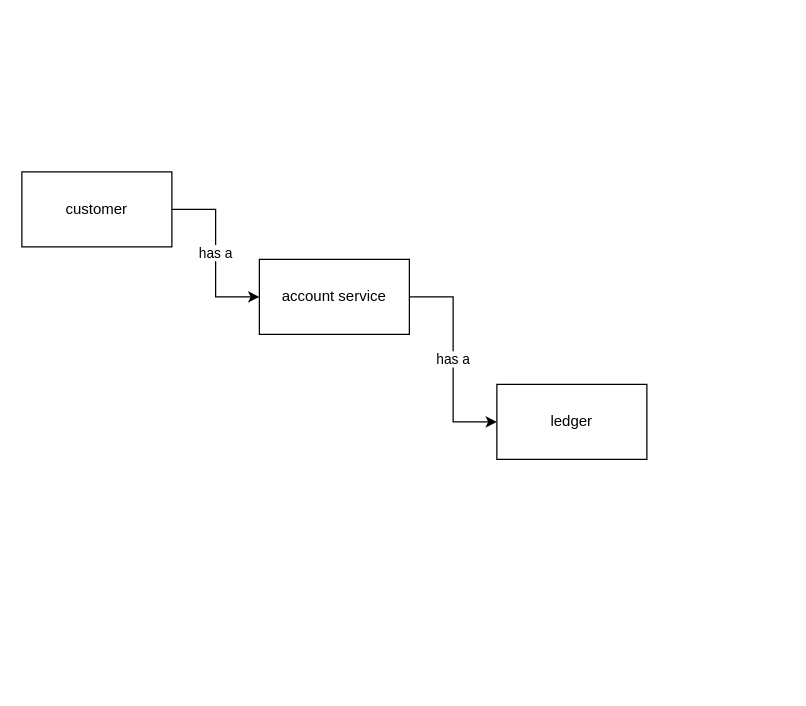
Earlier version of the draw.io diagram diagrams/diagram.dio (bfmcneill/fsa-cli). Source tidied: cells renumbered, new cells numbered last; positions are measured from the earlier drawing's top-left corner, leaving out a move shared by most shapes. Both pictures are drawn from the tidied source at 125%, with x=0, y=0 at pixel (21, 171).
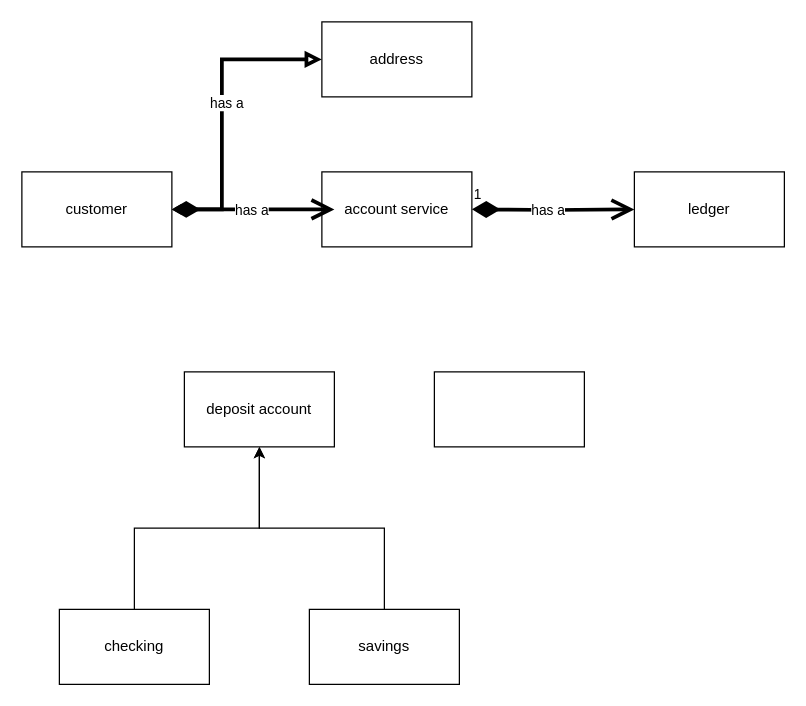
The same page after the edit.

The change refers to these unchanged cells:
```xml
<mxCell id="6" value="customer" style="rounded=0;whiteSpace=wrap;html=1;" parent="1" vertex="1">
  <mxGeometry width="120" height="60" as="geometry" />
</mxCell>
```

Change to the diagram source:
```diff
@@
     <mxCell id="2" value="ledger" style="rounded=0;whiteSpace=wrap;html=1;" parent="1" vertex="1">
-      <mxGeometry x="380" y="170" width="120" height="60" as="geometry" />
+      <mxGeometry x="490" width="120" height="60" as="geometry" />
     </mxCell>
-    <mxCell id="3" value="has a" style="edgeStyle=orthogonalEdgeStyle;rounded=0;jettySize=auto;html=1;entryX=0;entryY=0.5;entryDx=0;entryDy=0;" parent="1" edge="1" source="4" target="2">
-      <mxGeometry relative="1" as="geometry" />
-    </mxCell>
     <mxCell id="4" value="account service" style="rounded=0;whiteSpace=wrap;html=1;" parent="1" vertex="1">
-      <mxGeometry x="190" y="70" width="120" height="60" as="geometry" />
+      <mxGeometry x="240" width="120" height="60" as="geometry" />
     </mxCell>
-    <mxCell id="5" value="has a" style="edgeStyle=orthogonalEdgeStyle;rounded=0;jettySize=auto;html=1;entryX=0;entryY=0.5;entryDx=0;entryDy=0;" parent="1" edge="1" source="6" target="4">
-      <mxGeometry relative="1" as="geometry" />
-    </mxCell>
+    <mxCell id="7" style="edgeStyle=orthogonalEdgeStyle;rounded=0;jettySize=auto;html=1;entryX=0;entryY=0.5;entryDx=0;entryDy=0;startArrow=diamondThin;startFill=1;endArrow=block;endFill=0;strokeWidth=3;" parent="1" edge="1" source="6" target="15">
+      <mxGeometry relative="1" as="geometry">
+        <Array as="points">
+          <mxPoint x="160" y="30" />
+          <mxPoint x="160" y="-90" />
+        </Array>
+      </mxGeometry>
+    </mxCell>
+    <mxCell id="8" value="has a" style="edgeLabel;html=1;align=center;verticalAlign=middle;" parent="7" vertex="1">
+      <mxGeometry x="0.05" y="-3" relative="1" as="geometry" />
+    </mxCell>
@@
+    <mxCell id="9" style="edgeStyle=orthogonalEdgeStyle;rounded=0;jettySize=auto;html=1;" parent="1" edge="1" source="10" target="13">
+      <mxGeometry relative="1" as="geometry" />
+    </mxCell>
+    <mxCell id="10" value="checking" style="rounded=0;whiteSpace=wrap;html=1;" parent="1" vertex="1">
+      <mxGeometry x="30" y="350" width="120" height="60" as="geometry" />
+    </mxCell>
+    <mxCell id="11" style="edgeStyle=orthogonalEdgeStyle;rounded=0;jettySize=auto;html=1;" parent="1" edge="1" source="12" target="13">
+      <mxGeometry relative="1" as="geometry" />
+    </mxCell>
+    <mxCell id="12" value="savings" style="rounded=0;whiteSpace=wrap;html=1;" parent="1" vertex="1">
+      <mxGeometry x="230" y="350" width="120" height="60" as="geometry" />
+    </mxCell>
+    <mxCell id="13" value="deposit account" style="rounded=0;whiteSpace=wrap;html=1;" parent="1" vertex="1">
+      <mxGeometry x="130" y="160" width="120" height="60" as="geometry" />
+    </mxCell>
+    <mxCell id="14" style="rounded=0;whiteSpace=wrap;html=1;" parent="1" vertex="1">
+      <mxGeometry x="330" y="160" width="120" height="60" as="geometry" />
+    </mxCell>
+    <mxCell id="15" value="address" style="rounded=0;whiteSpace=wrap;html=1;" parent="1" vertex="1">
+      <mxGeometry x="240" y="-120" width="120" height="60" as="geometry" />
+    </mxCell>
+    <mxCell id="16" style="endArrow=open;html=1;endSize=12;startArrow=diamondThin;startSize=14;startFill=1;edgeStyle=orthogonalEdgeStyle;align=left;verticalAlign=bottom;rounded=0;strokeWidth=3;exitX=1;exitY=0.5;exitDx=0;exitDy=0;" parent="1" edge="1" source="6">
+      <mxGeometry x="-1" y="3" relative="1" as="geometry">
+        <mxPoint x="250" y="30" as="targetPoint" />
+      </mxGeometry>
+    </mxCell>
+    <mxCell id="17" value="has a" style="edgeLabel;html=1;align=center;verticalAlign=middle;" parent="16" vertex="1">
+      <mxGeometry x="-0.03" y="-3" relative="1" as="geometry">
+        <mxPoint y="-3" as="offset" />
+      </mxGeometry>
+    </mxCell>
+    <mxCell id="18" value="1" style="endArrow=open;html=1;endSize=12;startArrow=diamondThin;startSize=14;startFill=1;edgeStyle=orthogonalEdgeStyle;align=left;verticalAlign=bottom;rounded=0;strokeWidth=3;" parent="1" edge="1" target="2">
+      <mxGeometry x="-1" y="3" relative="1" as="geometry">
+        <mxPoint x="360" y="30" as="sourcePoint" />
+      </mxGeometry>
+    </mxCell>
+    <mxCell id="19" value="has a" style="edgeLabel;html=1;align=center;verticalAlign=middle;" parent="18" vertex="1">
+      <mxGeometry x="-0.18" y="-5" relative="1" as="geometry">
+        <mxPoint x="7" y="-5" as="offset" />
+      </mxGeometry>
+    </mxCell>
```
